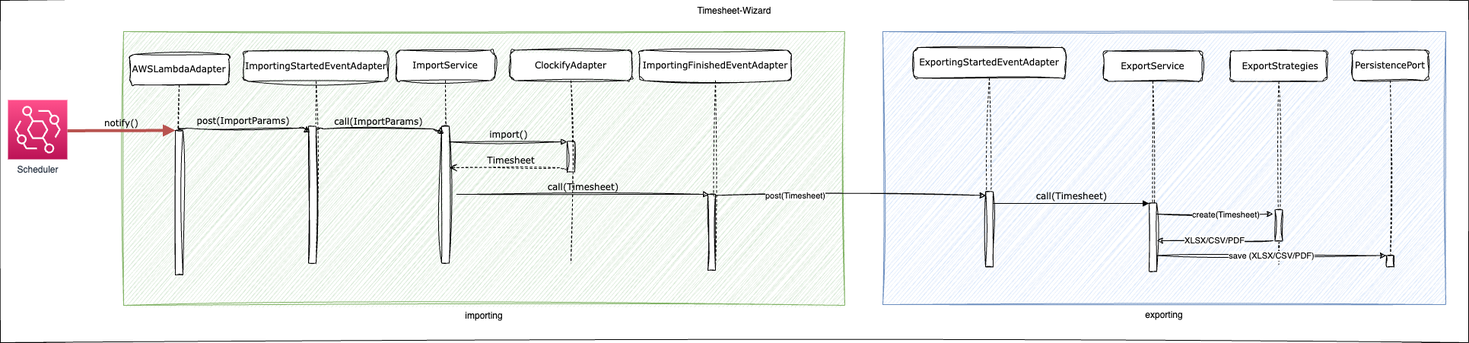
Earlier version of the draw.io export docs/assets/dynamic-level-1.drawio.png (tinohertlein/timesheet-wizard). Source tidied: cells renumbered, new cells last; positions are measured from the earlier drawing's top-left corner, leaving out a move shared by most shapes.
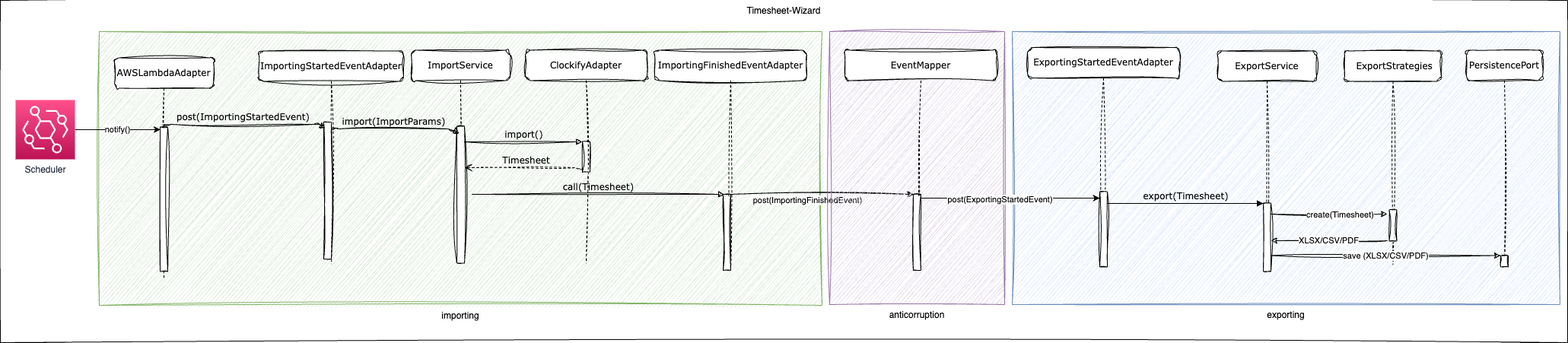
The same diagram one commit later.

What changed in the source:
```diff
@@ -3,13 +3,13 @@
     <mxCell id="0" />
     <mxCell id="1" parent="0" />
     <mxCell id="2" value="Timesheet-Wizard" style="rounded=0;whiteSpace=wrap;html=1;sketch=1;fillStyle=solid;verticalAlign=top;" parent="1" vertex="1">
-      <mxGeometry width="1930" height="450" as="geometry" />
+      <mxGeometry x="-20" width="2060" height="450" as="geometry" />
     </mxCell>
     <mxCell id="3" value="exporting" style="rounded=0;whiteSpace=wrap;html=1;labelPosition=center;verticalLabelPosition=bottom;align=center;verticalAlign=top;sketch=1;curveFitting=1;jiggle=2;fillColor=#dae8fc;strokeColor=#6c8ebf;" parent="1" vertex="1">
-      <mxGeometry x="1160" y="41" width="740" height="359" as="geometry" />
+      <mxGeometry x="1310" y="41" width="720" height="359" as="geometry" />
     </mxCell>
     <mxCell id="4" value="importing" style="rounded=0;whiteSpace=wrap;html=1;labelPosition=center;verticalLabelPosition=bottom;align=center;verticalAlign=top;sketch=1;curveFitting=1;jiggle=2;fillColor=#d5e8d4;strokeColor=#82b366;" parent="1" vertex="1">
-      <mxGeometry x="162" y="41" width="948" height="360" as="geometry" />
+      <mxGeometry x="110" y="41" width="950" height="360" as="geometry" />
     </mxCell>
     <mxCell id="5" value="ImportService" style="shape=umlLifeline;perimeter=lifelinePerimeter;whiteSpace=wrap;html=1;rounded=1;shadow=0;comic=0;labelBackgroundColor=none;strokeWidth=1;fontFamily=Verdana;fontSize=12;align=center;sketch=1;curveFitting=1;jiggle=2;" parent="1" vertex="1">
       <mxGeometry x="520" y="65.5" width="130" height="280" as="geometry" />
@@ -35,10 +35,10 @@
       <mxGeometry x="90" y="189.5" width="10" height="100" as="geometry" />
     </mxCell>
     <mxCell id="12" value="AWSLambdaAdapter" style="shape=umlLifeline;perimeter=lifelinePerimeter;whiteSpace=wrap;html=1;rounded=1;shadow=0;comic=0;labelBackgroundColor=none;strokeWidth=1;fontFamily=Verdana;fontSize=12;align=center;sketch=1;curveFitting=1;jiggle=2;" parent="1" vertex="1">
-      <mxGeometry x="170" y="71" width="130" height="290" as="geometry" />
+      <mxGeometry x="130" y="75.5" width="130" height="290" as="geometry" />
     </mxCell>
     <mxCell id="13" style="html=1;points=[];perimeter=orthogonalPerimeter;rounded=0;shadow=0;comic=0;labelBackgroundColor=none;strokeWidth=1;fontFamily=Verdana;fontSize=12;align=center;sketch=1;curveFitting=1;jiggle=2;" parent="12" vertex="1">
-      <mxGeometry x="60" y="100" width="10" height="190" as="geometry" />
+      <mxGeometry x="60" y="91" width="10" height="190" as="geometry" />
     </mxCell>
     <mxCell id="14" value="Timesheet" style="html=1;verticalAlign=bottom;endArrow=open;dashed=1;endSize=8;labelBackgroundColor=none;fontFamily=Verdana;fontSize=12;edgeStyle=elbowEdgeStyle;elbow=vertical;exitX=0;exitY=1.025;exitDx=0;exitDy=0;exitPerimeter=0;sketch=1;curveFitting=1;jiggle=2;" parent="1" edge="1" source="8">
       <mxGeometry relative="1" as="geometry">
@@ -49,50 +49,44 @@
         </Array>
       </mxGeometry>
     </mxCell>
-    <mxCell id="15" value="post(ImportParams)" style="html=1;verticalAlign=bottom;endArrow=block;entryX=-0.25;entryY=-0.003;labelBackgroundColor=none;fontFamily=Verdana;fontSize=12;edgeStyle=elbowEdgeStyle;elbow=vertical;sketch=1;curveFitting=1;jiggle=2;entryDx=0;entryDy=0;entryPerimeter=0;" parent="1" edge="1" source="13" target="35">
+    <mxCell id="15" value="post(ImportingStartedEvent)" style="html=1;verticalAlign=bottom;endArrow=block;entryX=-0.25;entryY=-0.003;labelBackgroundColor=none;fontFamily=Verdana;fontSize=12;edgeStyle=elbowEdgeStyle;elbow=vertical;sketch=1;curveFitting=1;jiggle=2;entryDx=0;entryDy=0;entryPerimeter=0;" parent="1" edge="1" source="13" target="35">
       <mxGeometry relative="1" as="geometry" />
     </mxCell>
     <mxCell id="16" value="import()" style="html=1;verticalAlign=bottom;endArrow=block;entryX=0;entryY=0;labelBackgroundColor=none;fontFamily=Verdana;fontSize=12;edgeStyle=elbowEdgeStyle;elbow=vertical;sketch=1;curveFitting=1;jiggle=2;" parent="1" edge="1" source="6" target="8">
       <mxGeometry relative="1" as="geometry" />
     </mxCell>
     <mxCell id="17" value="ExportService" style="shape=umlLifeline;perimeter=lifelinePerimeter;whiteSpace=wrap;html=1;rounded=1;shadow=0;comic=0;labelBackgroundColor=none;strokeWidth=1;fontFamily=Verdana;fontSize=12;align=center;sketch=1;curveFitting=1;jiggle=2;" parent="1" vertex="1">
-      <mxGeometry x="1450" y="66.5" width="130" height="290" as="geometry" />
+      <mxGeometry x="1580" y="66.5" width="130" height="290" as="geometry" />
     </mxCell>
     <mxCell id="18" style="html=1;points=[];perimeter=orthogonalPerimeter;rounded=0;shadow=0;comic=0;labelBackgroundColor=none;strokeWidth=1;fontFamily=Verdana;fontSize=12;align=center;sketch=1;curveFitting=1;jiggle=2;" parent="17" vertex="1">
       <mxGeometry x="60" y="200" width="10" height="90" as="geometry" />
     </mxCell>
     <mxCell id="19" value="PersistencePort" style="shape=umlLifeline;perimeter=lifelinePerimeter;whiteSpace=wrap;html=1;rounded=1;shadow=0;comic=0;labelBackgroundColor=none;strokeWidth=1;fontFamily=Verdana;fontSize=12;align=center;sketch=1;curveFitting=1;jiggle=2;" parent="1" vertex="1">
-      <mxGeometry x="1777" y="65.5" width="100" height="280" as="geometry" />
+      <mxGeometry x="1907" y="65.5" width="100" height="280" as="geometry" />
     </mxCell>
     <mxCell id="20" style="html=1;points=[];perimeter=orthogonalPerimeter;rounded=0;shadow=0;comic=0;labelBackgroundColor=none;strokeWidth=1;fontFamily=Verdana;fontSize=12;align=center;sketch=1;curveFitting=1;jiggle=2;" parent="19" vertex="1">
       <mxGeometry x="45" y="270" width="10" height="15" as="geometry" />
     </mxCell>
     <mxCell id="21" value="ExportingStartedEventAdapter" style="shape=umlLifeline;perimeter=lifelinePerimeter;whiteSpace=wrap;html=1;rounded=1;shadow=0;comic=0;labelBackgroundColor=none;strokeWidth=1;fontFamily=Verdana;fontSize=12;align=center;sketch=1;curveFitting=1;jiggle=2;" parent="1" vertex="1">
-      <mxGeometry x="1200" y="62" width="200" height="290" as="geometry" />
+      <mxGeometry x="1330" y="62" width="200" height="290" as="geometry" />
     </mxCell>
     <mxCell id="22" style="html=1;points=[];perimeter=orthogonalPerimeter;rounded=0;shadow=0;comic=0;labelBackgroundColor=none;strokeWidth=1;fontFamily=Verdana;fontSize=12;align=center;sketch=1;curveFitting=1;jiggle=2;" parent="21" vertex="1">
       <mxGeometry x="95" y="189.5" width="10" height="99" as="geometry" />
     </mxCell>
-    <mxCell id="23" value="call(Timesheet)" style="html=1;verticalAlign=bottom;endArrow=block;entryX=0;entryY=0;labelBackgroundColor=none;fontFamily=Verdana;fontSize=12;edgeStyle=elbowEdgeStyle;elbow=vertical;" parent="1" edge="1" source="22" target="18">
+    <mxCell id="23" value="export(Timesheet)" style="html=1;verticalAlign=bottom;endArrow=block;entryX=0;entryY=0;labelBackgroundColor=none;fontFamily=Verdana;fontSize=12;edgeStyle=elbowEdgeStyle;elbow=vertical;" parent="1" edge="1" source="22" target="18">
       <mxGeometry relative="1" as="geometry" />
     </mxCell>
     <mxCell id="24" value="&amp;nbsp;ExportStrategies" style="shape=umlLifeline;perimeter=lifelinePerimeter;whiteSpace=wrap;html=1;rounded=1;shadow=0;comic=0;labelBackgroundColor=none;strokeWidth=1;fontFamily=Verdana;fontSize=12;align=center;sketch=1;curveFitting=1;jiggle=2;" parent="1" vertex="1">
-      <mxGeometry x="1617" y="66.5" width="127" height="281" as="geometry" />
+      <mxGeometry x="1747" y="66.5" width="127" height="281" as="geometry" />
     </mxCell>
     <mxCell id="25" style="html=1;points=[];perimeter=orthogonalPerimeter;rounded=0;shadow=0;comic=0;labelBackgroundColor=none;strokeWidth=1;fontFamily=Verdana;fontSize=12;align=center;sketch=1;curveFitting=1;jiggle=2;" parent="24" vertex="1">
       <mxGeometry x="58.5" y="209" width="10" height="41" as="geometry" />
     </mxCell>
-    <mxCell id="26" value="notify()" style="html=1;verticalAlign=bottom;endArrow=block;labelBackgroundColor=none;fontFamily=Verdana;fontSize=12;edgeStyle=elbowEdgeStyle;elbow=vertical;fillColor=#f8cecc;strokeColor=#b85450;strokeWidth=4;" parent="1" edge="1">
-      <mxGeometry relative="1" as="geometry">
-        <mxPoint x="88" y="171.4" as="sourcePoint" />
-        <mxPoint x="230" y="171" as="targetPoint" />
-        <Array as="points">
-          <mxPoint x="218" y="171" />
-        </Array>
-      </mxGeometry>
+    <mxCell id="26" value="notify()" style="edgeStyle=orthogonalEdgeStyle;rounded=0;jettySize=auto;html=1;entryX=0.05;entryY=0.018;entryDx=0;entryDy=0;entryPerimeter=0;" parent="1" edge="1" source="27" target="13">
+      <mxGeometry relative="1" as="geometry" />
     </mxCell>
     <mxCell id="27" value="Scheduler" style="points=[[0,0,0],[0.25,0,0],[0.5,0,0],[0.75,0,0],[1,0,0],[0,1,0],[0.25,1,0],[0.5,1,0],[0.75,1,0],[1,1,0],[0,0.25,0],[0,0.5,0],[0,0.75,0],[1,0.25,0],[1,0.5,0],[1,0.75,0]];outlineConnect=0;fontColor=#232F3E;gradientColor=#FF4F8B;gradientDirection=north;fillColor=#BC1356;strokeColor=#ffffff;dashed=0;verticalLabelPosition=bottom;verticalAlign=top;align=center;html=1;fontSize=12;fontStyle=0;shape=mxgraph.aws4.resourceIcon;resIcon=mxgraph.aws4.eventbridge;" parent="1" vertex="1">
-      <mxGeometry x="10" y="131" width="78" height="78" as="geometry" />
+      <mxGeometry y="131" width="78" height="78" as="geometry" />
     </mxCell>
     <mxCell id="28" value="XLSX/CSV/PDF" style="endArrow=classic;html=1;rounded=0;exitX=-0.25;exitY=0.988;exitDx=0;exitDy=0;exitPerimeter=0;sketch=1;curveFitting=1;jiggle=2;" parent="1" edge="1" source="25" target="18">
       <mxGeometry relative="1" as="geometry" />
@@ -100,11 +94,13 @@
     <mxCell id="29" value="save (XLSX/CSV/PDF)" style="endArrow=classic;html=1;rounded=0;sketch=1;curveFitting=1;jiggle=2;" parent="1" edge="1" source="18" target="20">
       <mxGeometry relative="1" as="geometry" />
     </mxCell>
-    <mxCell id="30" style="endArrow=classic;html=1;rounded=0;entryX=0.05;entryY=0.05;entryDx=0;entryDy=0;entryPerimeter=0;sketch=1;curveFitting=1;jiggle=2;" parent="1" edge="1" source="11" target="22">
+    <mxCell id="30" style="endArrow=classic;html=1;rounded=0;entryX=0.05;entryY=0;entryDx=0;entryDy=0;entryPerimeter=0;sketch=1;curveFitting=1;jiggle=2;" parent="1" edge="1" source="11" target="39">
       <mxGeometry relative="1" as="geometry" />
     </mxCell>
-    <mxCell id="31" value="post(Timesheet)" style="edgeLabel;html=1;align=center;verticalAlign=middle;" parent="30" vertex="1">
-      <mxGeometry x="-0.42" relative="1" as="geometry" />
+    <mxCell id="31" value="post(ImportingFinishedEvent)" style="edgeLabel;html=1;align=center;verticalAlign=middle;" parent="30" vertex="1">
+      <mxGeometry x="-0.42" relative="1" as="geometry">
+        <mxPoint x="30" y="7" as="offset" />
+      </mxGeometry>
     </mxCell>
     <mxCell id="32" style="endArrow=classic;html=1;rounded=0;entryX=-0.25;entryY=0.134;entryDx=0;entryDy=0;entryPerimeter=0;sketch=1;curveFitting=1;jiggle=2;" parent="1" edge="1" source="18" target="25">
       <mxGeometry relative="1" as="geometry" />
@@ -116,12 +112,32 @@
       <mxGeometry x="320" y="66.5" width="190" height="280" as="geometry" />
     </mxCell>
     <mxCell id="35" style="html=1;points=[];perimeter=orthogonalPerimeter;rounded=0;shadow=0;comic=0;labelBackgroundColor=none;strokeWidth=1;fontFamily=Verdana;fontSize=12;align=center;sketch=1;curveFitting=1;jiggle=2;" parent="34" vertex="1">
-      <mxGeometry x="85" y="99" width="10" height="180" as="geometry" />
+      <mxGeometry x="85" y="93.5" width="10" height="180" as="geometry" />
     </mxCell>
-    <mxCell id="36" value="call(ImportParams)" style="html=1;verticalAlign=bottom;endArrow=block;entryX=-0.15;entryY=0.003;labelBackgroundColor=none;fontFamily=Verdana;fontSize=12;edgeStyle=elbowEdgeStyle;elbow=vertical;sketch=1;curveFitting=1;jiggle=2;entryDx=0;entryDy=0;entryPerimeter=0;" parent="34" edge="1" target="6">
+    <mxCell id="36" value="import(ImportParams)" style="html=1;verticalAlign=bottom;endArrow=block;entryX=-0.15;entryY=0.003;labelBackgroundColor=none;fontFamily=Verdana;fontSize=12;edgeStyle=elbowEdgeStyle;elbow=vertical;sketch=1;curveFitting=1;jiggle=2;entryDx=0;entryDy=0;entryPerimeter=0;" parent="34" edge="1" target="6">
       <mxGeometry relative="1" as="geometry">
         <mxPoint x="95" y="104.5" as="sourcePoint" />
       </mxGeometry>
     </mxCell>
+    <mxCell id="37" value="anticorruption" style="rounded=0;whiteSpace=wrap;html=1;labelPosition=center;verticalLabelPosition=bottom;align=center;verticalAlign=top;sketch=1;curveFitting=1;jiggle=2;fillColor=#e1d5e7;strokeColor=#9673a6;" parent="1" vertex="1">
+      <mxGeometry x="1070" y="41" width="230" height="359" as="geometry" />
+    </mxCell>
+    <mxCell id="38" value="EventMapper" style="shape=umlLifeline;perimeter=lifelinePerimeter;whiteSpace=wrap;html=1;rounded=1;shadow=0;comic=0;labelBackgroundColor=none;strokeWidth=1;fontFamily=Verdana;fontSize=12;align=center;sketch=1;curveFitting=1;jiggle=2;" parent="1" vertex="1">
+      <mxGeometry x="1090" y="65.5" width="200" height="290" as="geometry" />
+    </mxCell>
+    <mxCell id="39" style="html=1;points=[];perimeter=orthogonalPerimeter;rounded=0;shadow=0;comic=0;labelBackgroundColor=none;strokeWidth=1;fontFamily=Verdana;fontSize=12;align=center;sketch=1;curveFitting=1;jiggle=2;" parent="38" vertex="1">
+      <mxGeometry x="90" y="189.5" width="10" height="100" as="geometry" />
+    </mxCell>
+    <mxCell id="40" style="edgeStyle=orthogonalEdgeStyle;rounded=0;jettySize=auto;html=1;" parent="1" edge="1" source="39">
+      <mxGeometry relative="1" as="geometry">
+        <mxPoint x="1425" y="260" as="targetPoint" />
+        <Array as="points">
+          <mxPoint x="1425" y="260" />
+        </Array>
+      </mxGeometry>
+    </mxCell>
+    <mxCell id="41" value="post(ExportingStartedEvent)" style="edgeLabel;html=1;align=center;verticalAlign=middle;" parent="40" vertex="1">
+      <mxGeometry x="-0.12" y="-1" relative="1" as="geometry" />
+    </mxCell>
   </root>
 </mxGraphModel>
```
